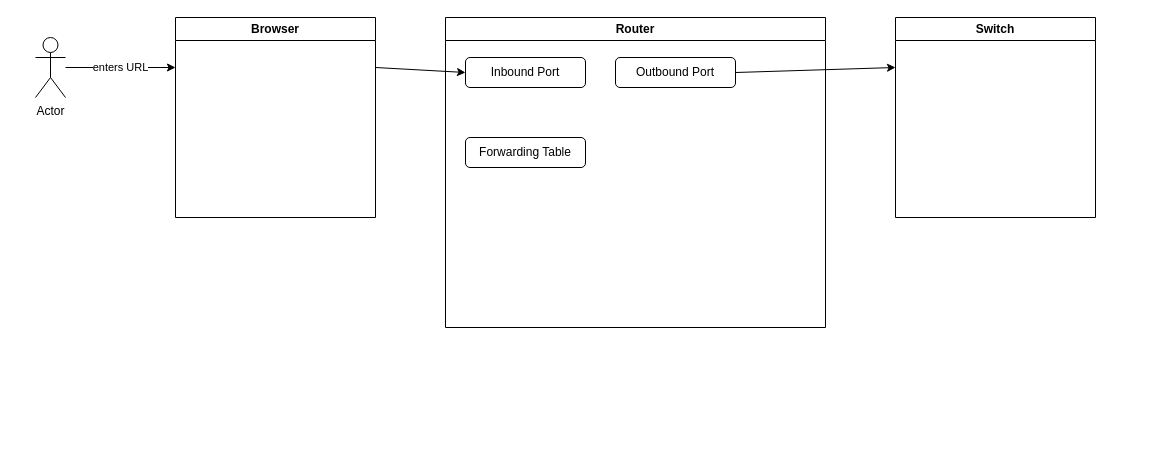
This is internet-request-flow.drawio from aenmeyk/diagrams, a draw.io file, before an edit. Source tidied: cells renumbered, new cells numbered last; positions are measured from the earlier drawing's top-left corner, leaving out a move shared by most shapes. Both pictures are drawn from the tidied source at 100%, with x=0, y=0 at pixel (35, 17).
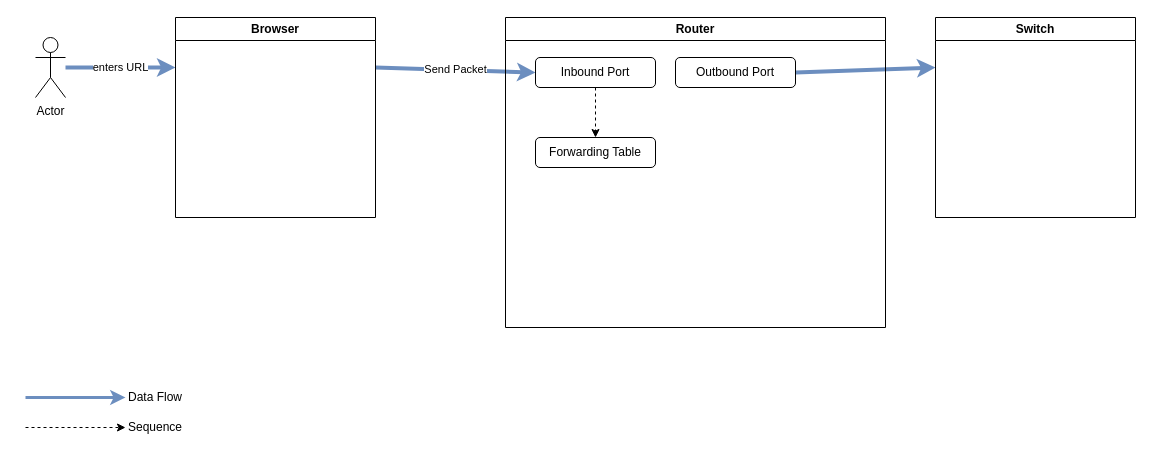
Above is the later version.

Diff of the diagram source:
```diff
@@
 <mxGraphModel>
   <root>
     <mxCell id="0" />
     <mxCell id="1" parent="0" />
     <mxCell id="2" value="Actor" style="shape=umlActor;verticalLabelPosition=bottom;verticalAlign=top;html=1;outlineConnect=0;" parent="1" vertex="1">
       <mxGeometry y="20" width="30" height="60" as="geometry" />
     </mxCell>
-    <mxCell id="3" value="enters URL" style="endArrow=classic;html=1;rounded=0;entryX=0;entryY=0.25;entryDx=0;entryDy=0;" parent="1" edge="1" source="2" target="10">
+    <mxCell id="3" value="enters URL" style="endArrow=classic;html=1;rounded=0;entryX=0;entryY=0.25;entryDx=0;entryDy=0;fillColor=#dae8fc;strokeColor=#6c8ebf;strokeWidth=4;" parent="1" edge="1" source="2" target="10">
       <mxGeometry relative="1" as="geometry" />
     </mxCell>
-    <mxCell id="4" style="endArrow=classic;html=1;rounded=0;exitX=1;exitY=0.25;exitDx=0;exitDy=0;entryX=0;entryY=0.5;entryDx=0;entryDy=0;" parent="1" edge="1" source="10" target="8">
+    <mxCell id="4" value="Send Packet" style="endArrow=classic;html=1;rounded=0;exitX=1;exitY=0.25;exitDx=0;exitDy=0;entryX=0;entryY=0.5;entryDx=0;entryDy=0;fillColor=#dae8fc;strokeColor=#6c8ebf;strokeWidth=4;" parent="1" edge="1" source="10" target="8">
       <mxGeometry relative="1" as="geometry" />
     </mxCell>
-    <mxCell id="5" style="endArrow=classic;html=1;rounded=0;entryX=0;entryY=0.25;entryDx=0;entryDy=0;exitX=1;exitY=0.5;exitDx=0;exitDy=0;" parent="1" edge="1" source="9" target="11">
+    <mxCell id="5" style="endArrow=classic;html=1;rounded=0;entryX=0;entryY=0.25;entryDx=0;entryDy=0;exitX=1;exitY=0.5;exitDx=0;exitDy=0;fillColor=#dae8fc;strokeColor=#6c8ebf;strokeWidth=4;" parent="1" edge="1" source="9" target="11">
       <mxGeometry relative="1" as="geometry" />
     </mxCell>
     <mxCell id="6" value="Router" style="swimlane;whiteSpace=wrap;html=1;" parent="1" vertex="1">
-      <mxGeometry x="410" width="380" height="310" as="geometry" />
+      <mxGeometry x="470" width="380" height="310" as="geometry" />
     </mxCell>
     <mxCell id="7" value="Forwarding Table" style="rounded=1;whiteSpace=wrap;html=1;" parent="6" vertex="1">
-      <mxGeometry x="20" y="120" width="120" height="30" as="geometry" />
+      <mxGeometry x="30" y="120" width="120" height="30" as="geometry" />
     </mxCell>
     <mxCell id="8" value="Inbound Port" style="rounded=1;whiteSpace=wrap;html=1;" parent="6" vertex="1">
-      <mxGeometry x="20" y="40" width="120" height="30" as="geometry" />
+      <mxGeometry x="30" y="40" width="120" height="30" as="geometry" />
     </mxCell>
     <mxCell id="9" value="Out&lt;span style=&quot;background-color: initial;&quot;&gt;bound Port&lt;/span&gt;" style="rounded=1;whiteSpace=wrap;html=1;" parent="6" vertex="1">
       <mxGeometry x="170" y="40" width="120" height="30" as="geometry" />
     </mxCell>
+    <mxCell id="12" style="endArrow=classic;html=1;rounded=0;exitX=0.5;exitY=1;exitDx=0;exitDy=0;entryX=0.5;entryY=0;entryDx=0;entryDy=0;dashed=1;" parent="6" edge="1" source="8" target="7">
+      <mxGeometry relative="1" as="geometry" />
+    </mxCell>
     <mxCell id="10" value="Browser" style="swimlane;whiteSpace=wrap;html=1;" parent="1" vertex="1">
       <mxGeometry x="140" width="200" height="200" as="geometry" />
     </mxCell>
     <mxCell id="11" value="Switch" style="swimlane;whiteSpace=wrap;html=1;" parent="1" vertex="1">
-      <mxGeometry x="860" width="200" height="200" as="geometry" />
+      <mxGeometry x="900" width="200" height="200" as="geometry" />
     </mxCell>
+    <mxCell id="13" style="endArrow=classic;html=1;rounded=0;strokeWidth=3;fillColor=#dae8fc;strokeColor=#6c8ebf;" parent="1" edge="1" target="14">
+      <mxGeometry relative="1" as="geometry">
+        <mxPoint x="-10" y="380" as="sourcePoint" />
+      </mxGeometry>
+    </mxCell>
+    <mxCell id="14" value="Data Flow" style="text;html=1;align=center;verticalAlign=middle;whiteSpace=wrap;rounded=0;" parent="1" vertex="1">
+      <mxGeometry x="90" y="365" width="60" height="30" as="geometry" />
+    </mxCell>
+    <mxCell id="15" style="endArrow=classic;html=1;rounded=0;dashed=1;" parent="1" edge="1" target="16">
+      <mxGeometry relative="1" as="geometry">
+        <mxPoint x="-10" y="410" as="sourcePoint" />
+      </mxGeometry>
+    </mxCell>
+    <mxCell id="16" value="Sequence" style="text;html=1;align=center;verticalAlign=middle;whiteSpace=wrap;rounded=0;" parent="1" vertex="1">
+      <mxGeometry x="90" y="395" width="60" height="30" as="geometry" />
+    </mxCell>
   </root>
 </mxGraphModel>
```
